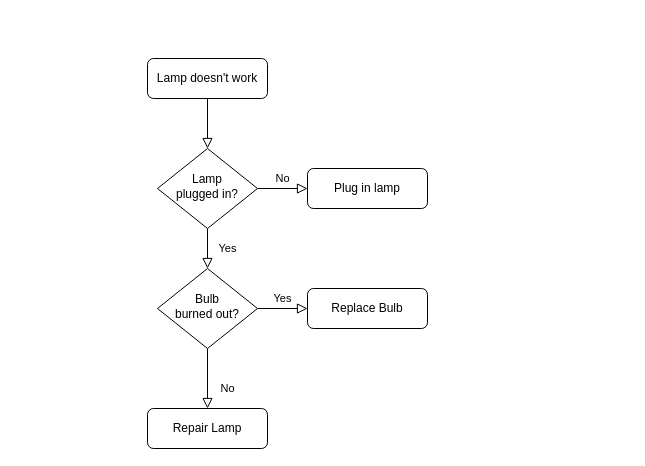
MatzKing/share-course keeps this draw.io diagram as Outreach Caller Diagram.drawio. Above is the earlier version. Source tidied: cells renumbered, new cells numbered last; positions are measured from the earlier drawing's top-left corner, leaving out a move shared by most shapes. Both pictures are drawn from the tidied source at 100%, with x=0, y=0 at pixel (147, 58).
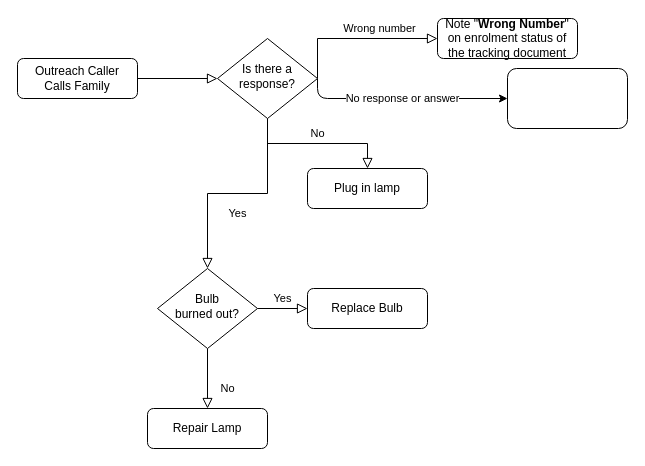
The same diagram, later.

Diff of the diagram source:
```diff
@@
-    <mxCell id="3" value="Lamp doesn't work" style="rounded=1;whiteSpace=wrap;html=1;fontSize=12;glass=0;strokeWidth=1;shadow=0;" parent="1" vertex="1">
-      <mxGeometry width="120" height="40" as="geometry" />
+    <mxCell id="3" value="Outreach Caller&lt;br&gt;Calls Family" style="rounded=1;whiteSpace=wrap;html=1;fontSize=12;glass=0;strokeWidth=1;shadow=0;" parent="1" vertex="1">
+      <mxGeometry x="-130" width="120" height="40" as="geometry" />
     </mxCell>
@@
-    <mxCell id="6" value="Lamp&lt;br&gt;plugged in?" style="rhombus;whiteSpace=wrap;html=1;shadow=0;fontFamily=Helvetica;fontSize=12;align=center;strokeWidth=1;spacing=6;spacingTop=-4;" parent="1" vertex="1">
-      <mxGeometry x="10" y="90" width="100" height="80" as="geometry" />
+    <mxCell id="6" value="Is there a response?" style="rhombus;whiteSpace=wrap;html=1;shadow=0;fontFamily=Helvetica;fontSize=12;align=center;strokeWidth=1;spacing=6;spacingTop=-4;" parent="1" vertex="1">
+      <mxGeometry x="70" y="-20" width="100" height="80" as="geometry" />
     </mxCell>
@@
+    <mxCell id="13" value="Wrong number" style="rounded=0;html=1;jettySize=auto;fontSize=11;endArrow=block;endFill=0;endSize=8;strokeWidth=1;shadow=0;labelBackgroundColor=none;edgeStyle=orthogonalEdgeStyle;entryX=0;entryY=0.5;entryDx=0;entryDy=0;" parent="1" edge="1" target="14">
+      <mxGeometry x="0.25" y="10" relative="1" as="geometry">
+        <mxPoint x="170" y="19.5" as="sourcePoint" />
+        <Array as="points">
+          <mxPoint x="170" y="-20" />
+        </Array>
+        <mxPoint x="1" as="offset" />
+      </mxGeometry>
+    </mxCell>
+    <mxCell id="14" value="Note &quot;&lt;b&gt;Wrong Number&lt;/b&gt;&quot; on enrolment status of the tracking document" style="rounded=1;whiteSpace=wrap;html=1;" parent="1" vertex="1">
+      <mxGeometry x="290" y="-40" width="140" height="40" as="geometry" />
+    </mxCell>
+    <mxCell id="15" value="No response or answer" style="endArrow=classic;html=1;exitX=1;exitY=0.5;exitDx=0;exitDy=0;" parent="1" edge="1" source="6">
+      <mxGeometry relative="1" as="geometry">
+        <mxPoint x="360" y="40" as="targetPoint" />
+        <Array as="points">
+          <mxPoint x="170" y="40" />
+          <mxPoint x="230" y="40" />
+        </Array>
+      </mxGeometry>
+    </mxCell>
+    <mxCell id="16" style="rounded=1;whiteSpace=wrap;html=1;" parent="1" vertex="1">
+      <mxGeometry x="360" y="10" width="120" height="60" as="geometry" />
+    </mxCell>
```
